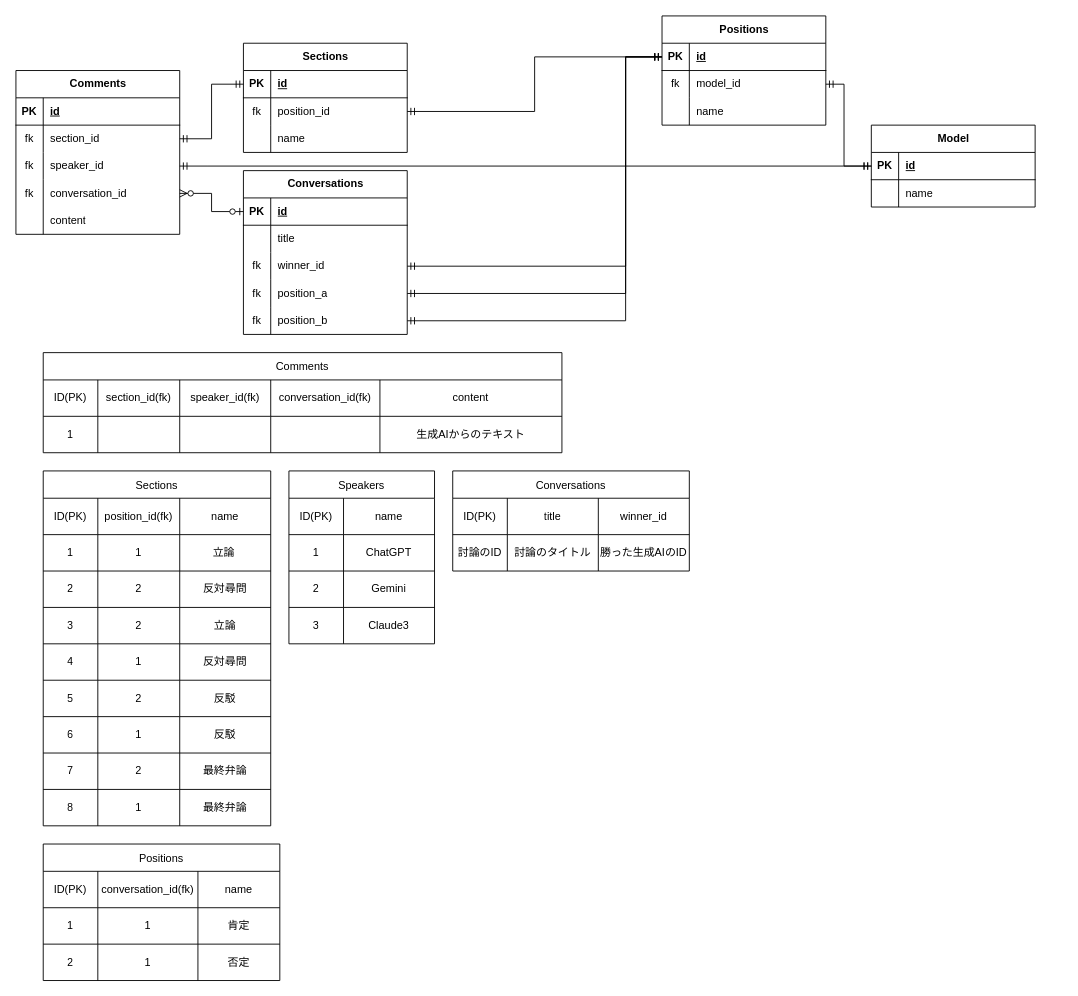
The draw.io diagram docs/ERdiagram.drawio in Sakauchi444/argut_ai, before the edit. Source tidied: cells renumbered, new cells numbered last; positions are measured from the earlier drawing's top-left corner, leaving out a move shared by most shapes. Both pictures are drawn from the tidied source at 91%, with x=0, y=0 at pixel (15, 15).
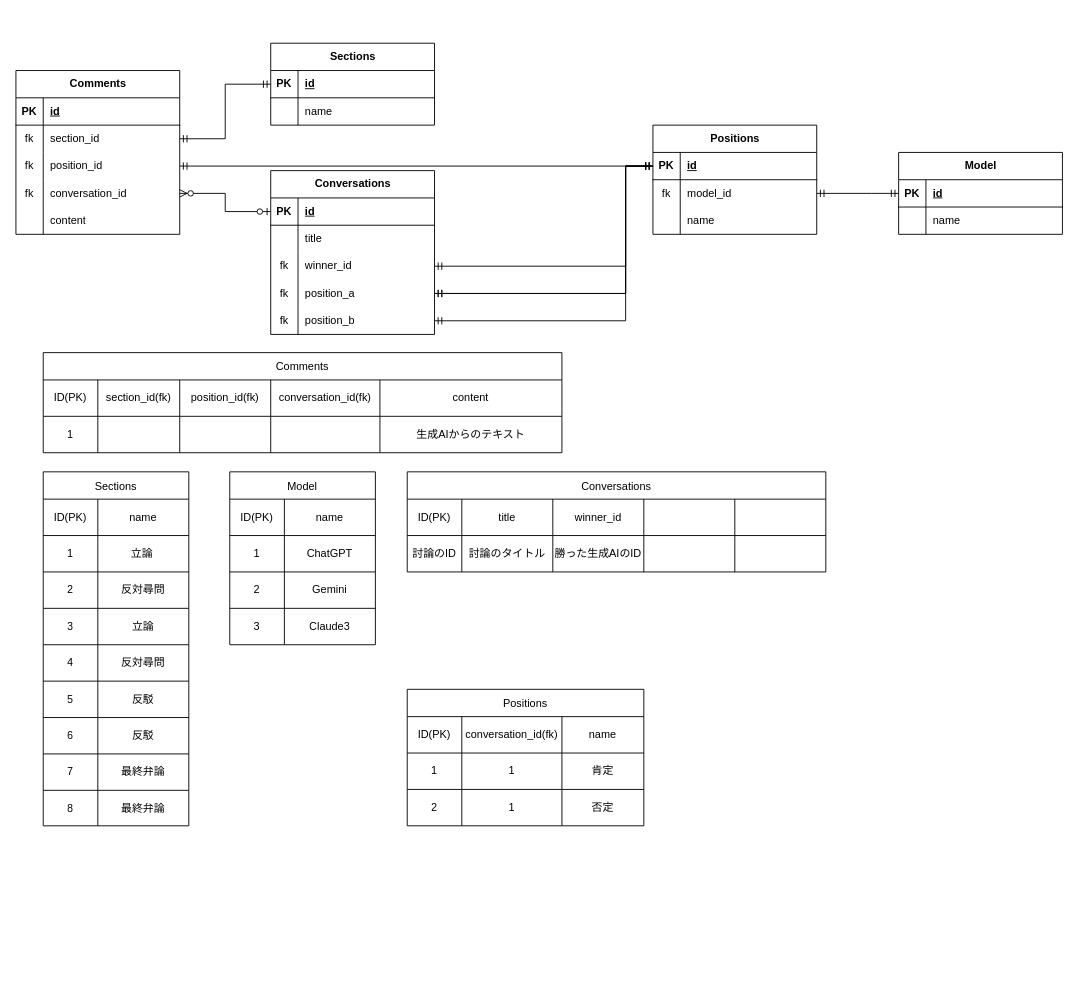
After the change.

Commit message (it also covers changes not shown here):
ERdiagram.drawio を更新します

Unchanged cells that the change refers to:
```xml
<mxCell id="9" style="shape=tableRow;horizontal=0;startSize=0;swimlaneHead=0;swimlaneBody=0;fillColor=none;points=[[0,0.5],[1,0.5]];portConstraint=eastwest;top=0;left=0;right=0;bottom=0;" parent="2" vertex="1">
  <mxGeometry y="90" width="180" height="30" as="geometry" />
</mxCell>
<mxCell id="12" style="shape=tableRow;horizontal=0;startSize=0;swimlaneHead=0;swimlaneBody=0;fillColor=none;points=[[0,0.5],[1,0.5]];portConstraint=eastwest;top=0;left=0;right=0;bottom=0;" parent="2" vertex="1">
  <mxGeometry y="120" width="180" height="30" as="geometry" />
</mxCell>
<mxCell id="15" style="shape=tableRow;horizontal=0;startSize=0;swimlaneHead=0;swimlaneBody=0;fillColor=none;points=[[0,0.5],[1,0.5]];portConstraint=eastwest;top=0;left=0;right=0;bottom=0;" parent="2" vertex="1">
  <mxGeometry y="150" width="180" height="30" as="geometry" />
</mxCell>
<mxCell id="19" style="shape=tableRow;horizontal=0;startSize=0;swimlaneHead=0;swimlaneBody=0;fillColor=none;points=[[0,0.5],[1,0.5]];portConstraint=eastwest;top=0;left=0;right=0;bottom=1;" parent="18" vertex="1">
  <mxGeometry y="30" width="180" height="30" as="geometry" />
</mxCell>
<mxCell id="32" style="shape=tableRow;horizontal=0;startSize=0;swimlaneHead=0;swimlaneBody=0;fillColor=none;points=[[0,0.5],[1,0.5]];portConstraint=eastwest;top=0;left=0;right=0;bottom=0;" parent="25" vertex="1">
  <mxGeometry y="90" width="180" height="30" as="geometry" />
</mxCell>
<mxCell id="42" style="shape=tableRow;horizontal=0;startSize=0;swimlaneHead=0;swimlaneBody=0;fillColor=none;points=[[0,0.5],[1,0.5]];portConstraint=eastwest;top=0;left=0;right=0;bottom=1;" parent="41" vertex="1">
  <mxGeometry y="30" width="180" height="30" as="geometry" />
</mxCell>
<mxCell id="45" style="shape=tableRow;horizontal=0;startSize=0;swimlaneHead=0;swimlaneBody=0;fillColor=none;points=[[0,0.5],[1,0.5]];portConstraint=eastwest;top=0;left=0;right=0;bottom=0;" parent="41" vertex="1">
  <mxGeometry y="60" width="180" height="30" as="geometry" />
</mxCell>
<mxCell id="55" style="shape=tableRow;horizontal=0;startSize=0;swimlaneHead=0;swimlaneBody=0;fillColor=none;points=[[0,0.5],[1,0.5]];portConstraint=eastwest;top=0;left=0;right=0;bottom=0;" parent="51" vertex="1">
  <mxGeometry y="60" width="180" height="30" as="geometry" />
</mxCell>
<mxCell id="66" style="shape=tableRow;horizontal=0;startSize=0;swimlaneHead=0;swimlaneBody=0;strokeColor=inherit;top=0;left=0;bottom=0;right=0;fillColor=none;" parent="65" vertex="1">
  <mxGeometry y="30" width="570" height="40" as="geometry" />
</mxCell>
```

The edit, as a diff of the source:
```diff
@@
     <mxCell id="2" value="Conversations" style="shape=table;startSize=30;childLayout=tableLayout;rowLines=0;fontStyle=1;align=center;html=1;" parent="1" vertex="1">
-      <mxGeometry x="250" y="170" width="180" height="180" as="geometry" />
+      <mxGeometry x="280" y="170" width="180" height="180" as="geometry" />
     </mxCell>
@@
     <mxCell id="18" value="Model" style="shape=table;startSize=30;childLayout=tableLayout;rowLines=0;fontStyle=1;align=center;html=1;" parent="1" vertex="1">
-      <mxGeometry x="940" y="120" width="180" height="90" as="geometry" />
+      <mxGeometry x="970" y="150" width="180" height="90" as="geometry" />
     </mxCell>
@@
-    <mxCell id="34" value="speaker_id" style="shape=partialRectangle;fillColor=none;top=0;left=0;bottom=0;right=0;align=left;spacingLeft=6;overflow=hidden;whiteSpace=wrap;html=1;" parent="32" vertex="1">
+    <mxCell id="34" value="position&lt;span style=&quot;background-color: initial;&quot;&gt;_id&lt;/span&gt;" style="shape=partialRectangle;fillColor=none;top=0;left=0;bottom=0;right=0;align=left;spacingLeft=6;overflow=hidden;whiteSpace=wrap;html=1;" parent="32" vertex="1">
       <mxGeometry x="30" width="150" height="30" as="geometry" />
     </mxCell>
@@
     <mxCell id="41" value="Positions" style="shape=table;startSize=30;childLayout=tableLayout;rowLines=0;fontStyle=1;align=center;html=1;" parent="1" vertex="1">
-      <mxGeometry x="710" width="180" height="120" as="geometry" />
+      <mxGeometry x="700" y="120" width="180" height="120" as="geometry" />
     </mxCell>
@@
     <mxCell id="51" value="Sections" style="shape=table;startSize=30;childLayout=tableLayout;rowLines=0;fontStyle=1;align=center;html=1;" parent="1" vertex="1">
-      <mxGeometry x="250" y="30" width="180" height="120" as="geometry" />
+      <mxGeometry x="280" y="30" width="180" height="90" as="geometry" />
     </mxCell>
@@
-    <mxCell id="56" value="fk" style="shape=partialRectangle;fillColor=none;top=0;left=0;bottom=0;right=0;overflow=hidden;whiteSpace=wrap;html=1;" parent="55" vertex="1">
+    <mxCell id="56" style="shape=partialRectangle;fillColor=none;top=0;left=0;bottom=0;right=0;overflow=hidden;whiteSpace=wrap;html=1;" parent="55" vertex="1">
       <mxGeometry width="30" height="30" as="geometry" />
     </mxCell>
-    <mxCell id="57" value="position_id" style="shape=partialRectangle;fillColor=none;top=0;left=0;bottom=0;right=0;align=left;spacingLeft=6;overflow=hidden;whiteSpace=wrap;html=1;" parent="55" vertex="1">
+    <mxCell id="57" value="name" style="shape=partialRectangle;fillColor=none;top=0;left=0;bottom=0;right=0;align=left;spacingLeft=6;overflow=hidden;whiteSpace=wrap;html=1;" parent="55" vertex="1">
       <mxGeometry x="30" width="150" height="30" as="geometry" />
     </mxCell>
-    <mxCell id="58" style="shape=tableRow;horizontal=0;startSize=0;swimlaneHead=0;swimlaneBody=0;fillColor=none;top=0;left=0;right=0;bottom=0;" parent="51" vertex="1">
-      <mxGeometry y="90" width="180" height="30" as="geometry" />
-    </mxCell>
-    <mxCell id="59" style="shape=partialRectangle;fillColor=none;top=0;left=0;bottom=0;right=0;overflow=hidden;whiteSpace=wrap;html=1;" parent="58" vertex="1">
-      <mxGeometry width="30" height="30" as="geometry" />
-    </mxCell>
-    <mxCell id="60" value="name" style="shape=partialRectangle;fillColor=none;top=0;left=0;bottom=0;right=0;align=left;spacingLeft=6;overflow=hidden;whiteSpace=wrap;html=1;" parent="58" vertex="1">
-      <mxGeometry x="30" width="150" height="30" as="geometry" />
-    </mxCell>
@@
-    <mxCell id="63" style="edgeStyle=orthogonalEdgeStyle;fontSize=12;html=1;endArrow=ERmandOne;startArrow=ERmandOne;rounded=0;exitX=1;exitY=0.5;exitDx=0;exitDy=0;entryX=0;entryY=0.5;entryDx=0;entryDy=0;" parent="1" edge="1" source="55" target="42">
-      <mxGeometry relative="1" as="geometry" />
-    </mxCell>
-    <mxCell id="64" style="edgeStyle=entityRelationEdgeStyle;fontSize=12;html=1;endArrow=ERmandOne;startArrow=ERmandOne;rounded=0;exitX=1;exitY=0.5;exitDx=0;exitDy=0;entryX=0;entryY=0.5;entryDx=0;entryDy=0;" parent="1" edge="1" source="32" target="19">
-      <mxGeometry relative="1" as="geometry">
-        <Array as="points">
-          <mxPoint x="140" y="140" />
-        </Array>
-      </mxGeometry>
-    </mxCell>
@@
-    <mxCell id="69" value="speaker_id(fk)" style="shape=partialRectangle;html=1;whiteSpace=wrap;strokeColor=inherit;overflow=hidden;fillColor=none;top=0;left=0;bottom=0;right=0;" parent="66" vertex="1">
+    <mxCell id="69" value="position_id(fk)" style="shape=partialRectangle;html=1;whiteSpace=wrap;strokeColor=inherit;overflow=hidden;fillColor=none;top=0;left=0;bottom=0;right=0;" parent="66" vertex="1">
       <mxGeometry x="150" width="100" height="40" as="geometry" />
     </mxCell>
@@
     <mxCell id="78" value="Sections" style="shape=table;startSize=30;childLayout=tableLayout;" parent="1" vertex="1">
-      <mxGeometry x="30" y="500" width="250" height="390" as="geometry" />
+      <mxGeometry x="30" y="501" width="160" height="389" as="geometry" />
     </mxCell>
     <mxCell id="79" style="shape=tableRow;horizontal=0;startSize=0;swimlaneHead=0;swimlaneBody=0;strokeColor=inherit;top=0;left=0;bottom=0;right=0;fillColor=none;" parent="78" vertex="1">
-      <mxGeometry y="30" width="250" height="40" as="geometry" />
+      <mxGeometry y="30" width="160" height="40" as="geometry" />
     </mxCell>
@@
-    <mxCell id="81" value="position_id(fk)" style="shape=partialRectangle;html=1;whiteSpace=wrap;strokeColor=inherit;overflow=hidden;fillColor=none;top=0;left=0;bottom=0;right=0;" parent="79" vertex="1">
-      <mxGeometry x="60" width="90" height="40" as="geometry" />
-    </mxCell>
     <mxCell id="82" value="name" style="shape=partialRectangle;html=1;whiteSpace=wrap;strokeColor=inherit;overflow=hidden;fillColor=none;top=0;left=0;bottom=0;right=0;" parent="79" vertex="1">
-      <mxGeometry x="150" width="100" height="40" as="geometry" />
+      <mxGeometry x="60" width="100" height="40" as="geometry" />
     </mxCell>
     <mxCell id="83" style="shape=tableRow;horizontal=0;startSize=0;swimlaneHead=0;swimlaneBody=0;strokeColor=inherit;top=0;left=0;bottom=0;right=0;fillColor=none;" parent="78" vertex="1">
-      <mxGeometry y="70" width="250" height="40" as="geometry" />
+      <mxGeometry y="70" width="160" height="40" as="geometry" />
     </mxCell>
@@
-    <mxCell id="85" value="1" style="shape=partialRectangle;html=1;whiteSpace=wrap;strokeColor=inherit;overflow=hidden;fillColor=none;top=0;left=0;bottom=0;right=0;" parent="83" vertex="1">
-      <mxGeometry x="60" width="90" height="40" as="geometry" />
-    </mxCell>
     <mxCell id="86" value="立論&lt;span style=&quot;white-space: pre;&quot;&gt;&#9;&lt;/span&gt;" style="shape=partialRectangle;html=1;whiteSpace=wrap;strokeColor=inherit;overflow=hidden;fillColor=none;top=0;left=0;bottom=0;right=0;" parent="83" vertex="1">
-      <mxGeometry x="150" width="100" height="40" as="geometry" />
+      <mxGeometry x="60" width="100" height="40" as="geometry" />
     </mxCell>
     <mxCell id="87" style="shape=tableRow;horizontal=0;startSize=0;swimlaneHead=0;swimlaneBody=0;strokeColor=inherit;top=0;left=0;bottom=0;right=0;fillColor=none;" parent="78" vertex="1">
-      <mxGeometry y="110" width="250" height="40" as="geometry" />
+      <mxGeometry y="110" width="160" height="40" as="geometry" />
     </mxCell>
@@
-    <mxCell id="89" value="2" style="shape=partialRectangle;html=1;whiteSpace=wrap;strokeColor=inherit;overflow=hidden;fillColor=none;top=0;left=0;bottom=0;right=0;" parent="87" vertex="1">
-      <mxGeometry x="60" width="90" height="40" as="geometry" />
-    </mxCell>
     <mxCell id="90" value="反対尋問" style="shape=partialRectangle;html=1;whiteSpace=wrap;strokeColor=inherit;overflow=hidden;fillColor=none;top=0;left=0;bottom=0;right=0;" parent="87" vertex="1">
-      <mxGeometry x="150" width="100" height="40" as="geometry" />
+      <mxGeometry x="60" width="100" height="40" as="geometry" />
     </mxCell>
     <mxCell id="91" style="shape=tableRow;horizontal=0;startSize=0;swimlaneHead=0;swimlaneBody=0;strokeColor=inherit;top=0;left=0;bottom=0;right=0;fillColor=none;" parent="78" vertex="1">
-      <mxGeometry y="150" width="250" height="40" as="geometry" />
+      <mxGeometry y="150" width="160" height="40" as="geometry" />
     </mxCell>
@@
-    <mxCell id="93" value="2" style="shape=partialRectangle;html=1;whiteSpace=wrap;strokeColor=inherit;overflow=hidden;fillColor=none;top=0;left=0;bottom=0;right=0;" parent="91" vertex="1">
-      <mxGeometry x="60" width="90" height="40" as="geometry" />
-    </mxCell>
     <mxCell id="94" value="立論" style="shape=partialRectangle;html=1;whiteSpace=wrap;strokeColor=inherit;overflow=hidden;fillColor=none;top=0;left=0;bottom=0;right=0;" parent="91" vertex="1">
-      <mxGeometry x="150" width="100" height="40" as="geometry" />
+      <mxGeometry x="60" width="100" height="40" as="geometry" />
     </mxCell>
     <mxCell id="95" style="shape=tableRow;horizontal=0;startSize=0;swimlaneHead=0;swimlaneBody=0;strokeColor=inherit;top=0;left=0;bottom=0;right=0;fillColor=none;" parent="78" vertex="1">
-      <mxGeometry y="190" width="250" height="40" as="geometry" />
+      <mxGeometry y="190" width="160" height="40" as="geometry" />
     </mxCell>
@@
-    <mxCell id="97" value="1" style="shape=partialRectangle;html=1;whiteSpace=wrap;strokeColor=inherit;overflow=hidden;fillColor=none;top=0;left=0;bottom=0;right=0;" parent="95" vertex="1">
-      <mxGeometry x="60" width="90" height="40" as="geometry" />
-    </mxCell>
     <mxCell id="98" value="反対尋問" style="shape=partialRectangle;html=1;whiteSpace=wrap;strokeColor=inherit;overflow=hidden;fillColor=none;top=0;left=0;bottom=0;right=0;" parent="95" vertex="1">
-      <mxGeometry x="150" width="100" height="40" as="geometry" />
+      <mxGeometry x="60" width="100" height="40" as="geometry" />
     </mxCell>
     <mxCell id="99" style="shape=tableRow;horizontal=0;startSize=0;swimlaneHead=0;swimlaneBody=0;strokeColor=inherit;top=0;left=0;bottom=0;right=0;fillColor=none;" parent="78" vertex="1">
-      <mxGeometry y="230" width="250" height="40" as="geometry" />
+      <mxGeometry y="230" width="160" height="40" as="geometry" />
     </mxCell>
@@
-    <mxCell id="101" value="2" style="shape=partialRectangle;html=1;whiteSpace=wrap;strokeColor=inherit;overflow=hidden;fillColor=none;top=0;left=0;bottom=0;right=0;" parent="99" vertex="1">
-      <mxGeometry x="60" width="90" height="40" as="geometry" />
-    </mxCell>
     <mxCell id="102" value="反駁" style="shape=partialRectangle;html=1;whiteSpace=wrap;strokeColor=inherit;overflow=hidden;fillColor=none;top=0;left=0;bottom=0;right=0;" parent="99" vertex="1">
-      <mxGeometry x="150" width="100" height="40" as="geometry" />
+      <mxGeometry x="60" width="100" height="40" as="geometry" />
     </mxCell>
     <mxCell id="103" style="shape=tableRow;horizontal=0;startSize=0;swimlaneHead=0;swimlaneBody=0;strokeColor=inherit;top=0;left=0;bottom=0;right=0;fillColor=none;" parent="78" vertex="1">
-      <mxGeometry y="270" width="250" height="40" as="geometry" />
+      <mxGeometry y="270" width="160" height="40" as="geometry" />
     </mxCell>
@@
-    <mxCell id="105" value="1" style="shape=partialRectangle;html=1;whiteSpace=wrap;strokeColor=inherit;overflow=hidden;fillColor=none;top=0;left=0;bottom=0;right=0;" parent="103" vertex="1">
-      <mxGeometry x="60" width="90" height="40" as="geometry" />
-    </mxCell>
     <mxCell id="106" value="反駁" style="shape=partialRectangle;html=1;whiteSpace=wrap;strokeColor=inherit;overflow=hidden;fillColor=none;top=0;left=0;bottom=0;right=0;" parent="103" vertex="1">
-      <mxGeometry x="150" width="100" height="40" as="geometry" />
+      <mxGeometry x="60" width="100" height="40" as="geometry" />
     </mxCell>
     <mxCell id="107" style="shape=tableRow;horizontal=0;startSize=0;swimlaneHead=0;swimlaneBody=0;strokeColor=inherit;top=0;left=0;bottom=0;right=0;fillColor=none;" parent="78" vertex="1">
-      <mxGeometry y="310" width="250" height="40" as="geometry" />
+      <mxGeometry y="310" width="160" height="40" as="geometry" />
     </mxCell>
@@
-    <mxCell id="109" value="2" style="shape=partialRectangle;html=1;whiteSpace=wrap;strokeColor=inherit;overflow=hidden;fillColor=none;top=0;left=0;bottom=0;right=0;" parent="107" vertex="1">
-      <mxGeometry x="60" width="90" height="40" as="geometry" />
-    </mxCell>
     <mxCell id="110" value="最終弁論" style="shape=partialRectangle;html=1;whiteSpace=wrap;strokeColor=inherit;overflow=hidden;fillColor=none;top=0;left=0;bottom=0;right=0;" parent="107" vertex="1">
-      <mxGeometry x="150" width="100" height="40" as="geometry" />
+      <mxGeometry x="60" width="100" height="40" as="geometry" />
     </mxCell>
     <mxCell id="111" style="shape=tableRow;horizontal=0;startSize=0;swimlaneHead=0;swimlaneBody=0;strokeColor=inherit;top=0;left=0;bottom=0;right=0;fillColor=none;" parent="78" vertex="1">
-      <mxGeometry y="350" width="250" height="40" as="geometry" />
+      <mxGeometry y="350" width="160" height="39" as="geometry" />
     </mxCell>
     <mxCell id="112" value="8" style="shape=partialRectangle;html=1;whiteSpace=wrap;strokeColor=inherit;overflow=hidden;fillColor=none;top=0;left=0;bottom=0;right=0;" parent="111" vertex="1">
-      <mxGeometry width="60" height="40" as="geometry" />
+      <mxGeometry width="60" height="39" as="geometry" />
     </mxCell>
-    <mxCell id="113" value="1" style="shape=partialRectangle;html=1;whiteSpace=wrap;strokeColor=inherit;overflow=hidden;fillColor=none;top=0;left=0;bottom=0;right=0;" parent="111" vertex="1">
-      <mxGeometry x="60" width="90" height="40" as="geometry" />
-    </mxCell>
     <mxCell id="114" value="最終弁論" style="shape=partialRectangle;html=1;whiteSpace=wrap;strokeColor=inherit;overflow=hidden;fillColor=none;top=0;left=0;bottom=0;right=0;" parent="111" vertex="1">
-      <mxGeometry x="150" width="100" height="40" as="geometry" />
+      <mxGeometry x="60" width="100" height="39" as="geometry" />
     </mxCell>
     <mxCell id="115" value="Positions" style="shape=table;startSize=30;childLayout=tableLayout;" parent="1" vertex="1">
-      <mxGeometry x="30" y="910" width="260" height="150" as="geometry" />
+      <mxGeometry x="430" y="740" width="260" height="150" as="geometry" />
     </mxCell>
@@
-    <mxCell id="128" value="Speakers" style="shape=table;startSize=30;childLayout=tableLayout;" parent="1" vertex="1">
-      <mxGeometry x="300" y="500" width="160" height="190" as="geometry" />
+    <mxCell id="128" value="Model" style="shape=table;startSize=30;childLayout=tableLayout;" parent="1" vertex="1">
+      <mxGeometry x="235" y="501" width="160" height="190" as="geometry" />
     </mxCell>
@@
     <mxCell id="141" value="Conversations" style="shape=table;startSize=30;childLayout=tableLayout;" parent="1" vertex="1">
-      <mxGeometry x="480" y="500" width="260" height="110" as="geometry" />
+      <mxGeometry x="430" y="501" width="460" height="110" as="geometry" />
     </mxCell>
     <mxCell id="142" style="shape=tableRow;horizontal=0;startSize=0;swimlaneHead=0;swimlaneBody=0;strokeColor=inherit;top=0;left=0;bottom=0;right=0;fillColor=none;" parent="141" vertex="1">
-      <mxGeometry y="30" width="260" height="40" as="geometry" />
+      <mxGeometry y="30" width="460" height="40" as="geometry" />
     </mxCell>
@@
+    <mxCell id="154" style="shape=partialRectangle;html=1;whiteSpace=wrap;strokeColor=inherit;overflow=hidden;fillColor=none;top=0;left=0;bottom=0;right=0;" parent="142" vertex="1">
+      <mxGeometry x="260" width="100" height="40" as="geometry" />
+    </mxCell>
+    <mxCell id="155" style="shape=partialRectangle;html=1;whiteSpace=wrap;strokeColor=inherit;overflow=hidden;fillColor=none;top=0;left=0;bottom=0;right=0;" parent="142" vertex="1">
+      <mxGeometry x="360" width="100" height="40" as="geometry" />
+    </mxCell>
     <mxCell id="146" style="shape=tableRow;horizontal=0;startSize=0;swimlaneHead=0;swimlaneBody=0;strokeColor=inherit;top=0;left=0;bottom=0;right=0;fillColor=none;" parent="141" vertex="1">
-      <mxGeometry y="70" width="260" height="40" as="geometry" />
+      <mxGeometry y="70" width="460" height="40" as="geometry" />
     </mxCell>
@@
+    <mxCell id="156" style="shape=partialRectangle;html=1;whiteSpace=wrap;strokeColor=inherit;overflow=hidden;fillColor=none;top=0;left=0;bottom=0;right=0;" parent="146" vertex="1">
+      <mxGeometry x="260" width="100" height="40" as="geometry" />
+    </mxCell>
+    <mxCell id="157" style="shape=partialRectangle;html=1;whiteSpace=wrap;strokeColor=inherit;overflow=hidden;fillColor=none;top=0;left=0;bottom=0;right=0;" parent="146" vertex="1">
+      <mxGeometry x="360" width="100" height="40" as="geometry" />
+    </mxCell>
     <mxCell id="150" style="edgeStyle=orthogonalEdgeStyle;fontSize=12;html=1;endArrow=ERmandOne;startArrow=ERmandOne;rounded=0;exitX=1;exitY=0.5;exitDx=0;exitDy=0;entryX=0;entryY=0.5;entryDx=0;entryDy=0;" parent="1" edge="1" source="12" target="42">
       <mxGeometry relative="1" as="geometry">
         <Array as="points">
           <mxPoint x="670" y="305" />
-          <mxPoint x="670" y="45" />
+          <mxPoint x="670" y="165" />
         </Array>
       </mxGeometry>
     </mxCell>
     <mxCell id="151" style="edgeStyle=orthogonalEdgeStyle;fontSize=12;html=1;endArrow=ERmandOne;startArrow=ERmandOne;rounded=0;entryX=0;entryY=0.5;entryDx=0;entryDy=0;exitX=1;exitY=0.5;exitDx=0;exitDy=0;" parent="1" edge="1" source="15" target="42">
       <mxGeometry relative="1" as="geometry">
         <Array as="points">
           <mxPoint x="670" y="335" />
-          <mxPoint x="670" y="45" />
+          <mxPoint x="670" y="165" />
         </Array>
       </mxGeometry>
     </mxCell>
     <mxCell id="152" style="edgeStyle=orthogonalEdgeStyle;fontSize=12;html=1;endArrow=ERmandOne;startArrow=ERmandOne;rounded=0;exitX=1;exitY=0.5;exitDx=0;exitDy=0;entryX=0;entryY=0.5;entryDx=0;entryDy=0;" parent="1" edge="1" source="45" target="19">
       <mxGeometry relative="1" as="geometry">
         <Array as="points">
-          <mxPoint x="910" y="75" />
-          <mxPoint x="910" y="165" />
+          <mxPoint x="940" y="195" />
+          <mxPoint x="940" y="195" />
         </Array>
       </mxGeometry>
     </mxCell>
     <mxCell id="153" style="edgeStyle=orthogonalEdgeStyle;fontSize=12;html=1;endArrow=ERmandOne;startArrow=ERmandOne;rounded=0;exitX=1;exitY=0.5;exitDx=0;exitDy=0;entryX=0;entryY=0.5;entryDx=0;entryDy=0;" parent="1" edge="1" source="9" target="42">
       <mxGeometry relative="1" as="geometry">
         <Array as="points">
           <mxPoint x="670" y="275" />
-          <mxPoint x="670" y="45" />
+          <mxPoint x="670" y="165" />
         </Array>
       </mxGeometry>
     </mxCell>
+    <mxCell id="158" style="edgeStyle=orthogonalEdgeStyle;fontSize=12;html=1;endArrow=ERmandOne;startArrow=ERmandOne;rounded=0;entryX=0;entryY=0.5;entryDx=0;entryDy=0;exitX=1;exitY=0.5;exitDx=0;exitDy=0;" parent="1" edge="1" source="32" target="42">
+      <mxGeometry relative="1" as="geometry">
+        <Array as="points">
+          <mxPoint x="690" y="165" />
+          <mxPoint x="690" y="165" />
+        </Array>
+      </mxGeometry>
+    </mxCell>
+    <mxCell id="159" style="edgeStyle=orthogonalEdgeStyle;fontSize=12;html=1;endArrow=ERmandOne;startArrow=ERmandOne;rounded=0;exitX=1;exitY=0.5;exitDx=0;exitDy=0;entryX=0;entryY=0.5;entryDx=0;entryDy=0;" parent="1" edge="1" target="42">
+      <mxGeometry relative="1" as="geometry">
+        <mxPoint x="460" y="305" as="sourcePoint" />
+        <Array as="points">
+          <mxPoint x="670" y="305" />
+          <mxPoint x="670" y="165" />
+        </Array>
+      </mxGeometry>
+    </mxCell>
```
